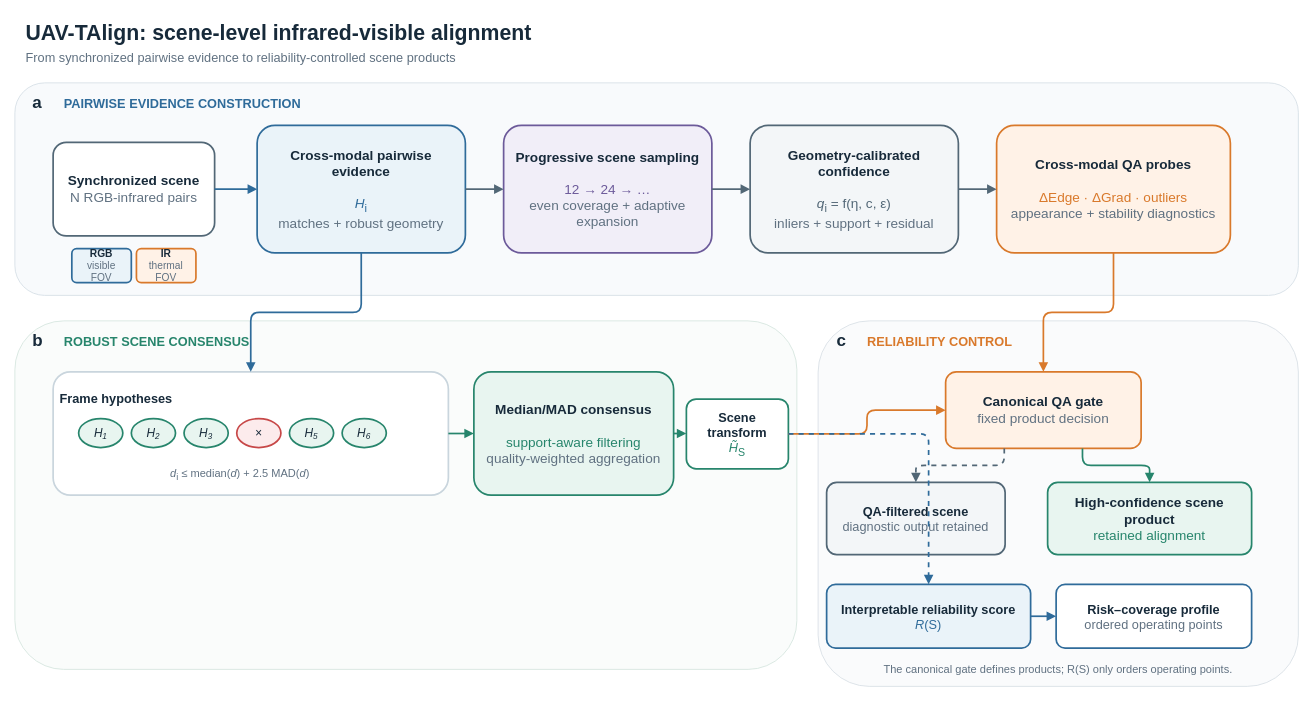
Before: figure_reconstruction/fig03_scene_framework/drawio_source/fig03_scene_framework.drawio in WongHK101/Infrared-Physics-Technology, a draw.io diagram. Source tidied: cells renumbered, new cells numbered last; positions are measured from the earlier drawing's top-left corner, leaving out a move shared by most shapes. Both pictures are drawn from the tidied source at 85%, with x=0, y=0 at pixel (14, 14).
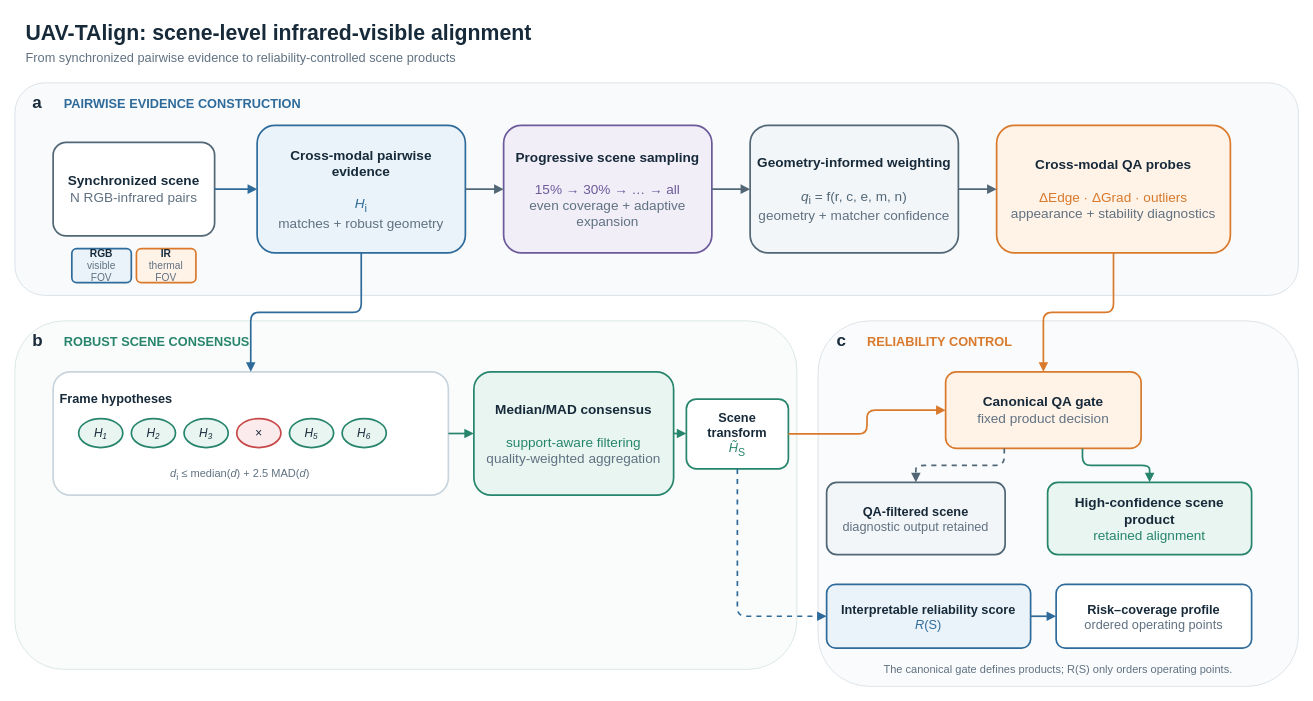
The same diagram, later.

The change refers to these unchanged cells:
```xml
<mxCell id="30" value="&lt;b&gt;Scene transform&lt;/b&gt;&lt;br&gt;&lt;font color='#27856C'&gt;&lt;i&gt;H̃&lt;/i&gt;&lt;sub&gt;S&lt;/sub&gt;&lt;/font&gt;" style="rounded=1;whiteSpace=wrap;html=1;arcSize=14;fillColor=#FFFFFF;strokeColor=#27856C;strokeWidth=2;fontColor=#172A3A;fontFamily=Helvetica;fontSize=15;fontStyle=0;align=center;verticalAlign=middle;spacing=8;shadow=0;" parent="1" vertex="1">
  <mxGeometry x="790" y="452" width="120" height="82" as="geometry" />
</mxCell>
<mxCell id="40" value="&lt;b&gt;Interpretable reliability score&lt;/b&gt;&lt;br&gt;&lt;font color='#2F6B9A'&gt;&lt;i&gt;R&lt;/i&gt;(S)&lt;/font&gt;" style="rounded=1;whiteSpace=wrap;html=1;arcSize=14;fillColor=#EAF3F9;strokeColor=#2F6B9A;strokeWidth=2;fontColor=#172A3A;fontFamily=Helvetica;fontSize=15;fontStyle=0;align=center;verticalAlign=middle;spacing=8;shadow=0;" parent="1" vertex="1">
  <mxGeometry x="955" y="670" width="240" height="75" as="geometry" />
</mxCell>
```

Diff of the diagram source:
```diff
@@
-    <mxCell id="11" value="&lt;b&gt;Progressive scene sampling&lt;/b&gt;&lt;br&gt;&lt;br&gt;&lt;font color='#6C5A9A'&gt;12 → 24 → …&lt;/font&gt;&lt;br&gt;&lt;font color='#607181'&gt;even coverage + adaptive expansion&lt;/font&gt;" style="rounded=1;whiteSpace=wrap;html=1;arcSize=14;fillColor=#F1EEF8;strokeColor=#6C5A9A;strokeWidth=2;fontColor=#172A3A;fontFamily=Helvetica;fontSize=16;fontStyle=0;align=center;verticalAlign=middle;spacing=8;shadow=0;" parent="1" vertex="1">
+    <mxCell id="11" value="&lt;b&gt;Progressive scene sampling&lt;/b&gt;&lt;br&gt;&lt;br&gt;&lt;font color='#6C5A9A'&gt;15% → 30% → … → all&lt;/font&gt;&lt;br&gt;&lt;font color='#607181'&gt;even coverage + adaptive expansion&lt;/font&gt;" style="rounded=1;whiteSpace=wrap;html=1;arcSize=14;fillColor=#F1EEF8;strokeColor=#6C5A9A;strokeWidth=2;fontColor=#172A3A;fontFamily=Helvetica;fontSize=16;fontStyle=0;align=center;verticalAlign=middle;spacing=8;shadow=0;" parent="1" vertex="1">
       <mxGeometry x="575" y="130" width="245" height="150" as="geometry" />
     </mxCell>
-    <mxCell id="12" value="&lt;b&gt;Geometry-calibrated confidence&lt;/b&gt;&lt;br&gt;&lt;br&gt;&lt;font color='#526776'&gt;&lt;i&gt;q&lt;/i&gt;&lt;sub&gt;i&lt;/sub&gt; = f(η, c, ε)&lt;/font&gt;&lt;br&gt;&lt;font color='#607181'&gt;inliers + support + residual&lt;/font&gt;" style="rounded=1;whiteSpace=wrap;html=1;arcSize=14;fillColor=#F3F6F8;strokeColor=#526776;strokeWidth=2;fontColor=#172A3A;fontFamily=Helvetica;fontSize=16;fontStyle=0;align=center;verticalAlign=middle;spacing=8;shadow=0;" parent="1" vertex="1">
+    <mxCell id="12" value="&lt;b&gt;Geometry-informed weighting&lt;/b&gt;&lt;br&gt;&lt;br&gt;&lt;font color='#526776'&gt;&lt;i&gt;q&lt;/i&gt;&lt;sub&gt;i&lt;/sub&gt; = f(r, c, e, m, n)&lt;/font&gt;&lt;br&gt;&lt;font color='#607181'&gt;geometry + matcher confidence&lt;/font&gt;" style="rounded=1;whiteSpace=wrap;html=1;arcSize=14;fillColor=#F3F6F8;strokeColor=#526776;strokeWidth=2;fontColor=#172A3A;fontFamily=Helvetica;fontSize=16;fontStyle=0;align=center;verticalAlign=middle;spacing=8;shadow=0;" parent="1" vertex="1">
       <mxGeometry x="865" y="130" width="245" height="150" as="geometry" />
     </mxCell>
@@
-    <mxCell id="45" style="edgeStyle=orthogonalEdgeStyle;rounded=1;strokeColor=#2F6B9A;strokeWidth=2;endArrow=block;endFill=1;dashed=1;fontFamily=Helvetica;fontSize=13;fontColor=#607181;labelBackgroundColor=#FFFFFF;" parent="1" edge="1" source="30" target="40">
-      <mxGeometry relative="1" as="geometry" />
+    <mxCell id="45" style="edgeStyle=orthogonalEdgeStyle;rounded=1;strokeColor=#2F6B9A;strokeWidth=2;endArrow=block;endFill=1;dashed=1;fontFamily=Helvetica;fontSize=13;fontColor=#607181;labelBackgroundColor=#FFFFFF;exitX=0.5;exitY=1;entryX=0;entryY=0.5;" parent="1" edge="1" source="30" target="40">
+      <mxGeometry relative="1" as="geometry">
+        <Array as="points">
+          <mxPoint x="850" y="707.5" />
+        </Array>
+      </mxGeometry>
     </mxCell>
```
